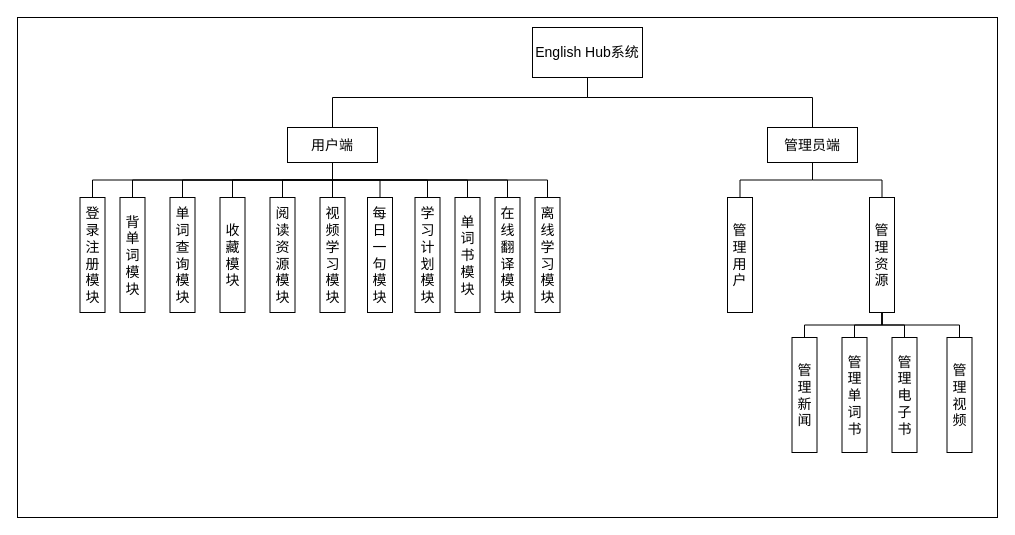
Before: 系统需求分析框架.drawio in 6Yolo6/GraduationDesign, a draw.io diagram. Source tidied: cells renumbered, new cells numbered last; positions are measured from the earlier drawing's top-left corner, leaving out a move shared by most shapes. Both pictures are drawn from the tidied source at 100%, with x=0, y=0 at pixel (17, 17).
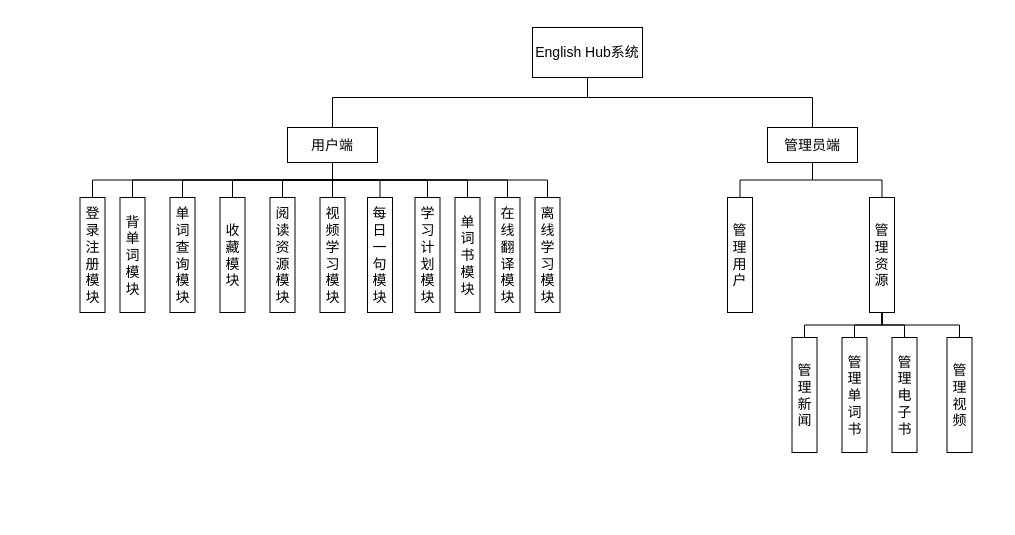
The same diagram, later.

Commit message:
更新系统需求分析框架.drawio

The edit, as a diff of the source:
```diff
@@
-    <mxCell id="2" style="rounded=0;whiteSpace=wrap;html=1;" parent="1" vertex="1">
-      <mxGeometry width="980" height="500" as="geometry" />
-    </mxCell>
```
